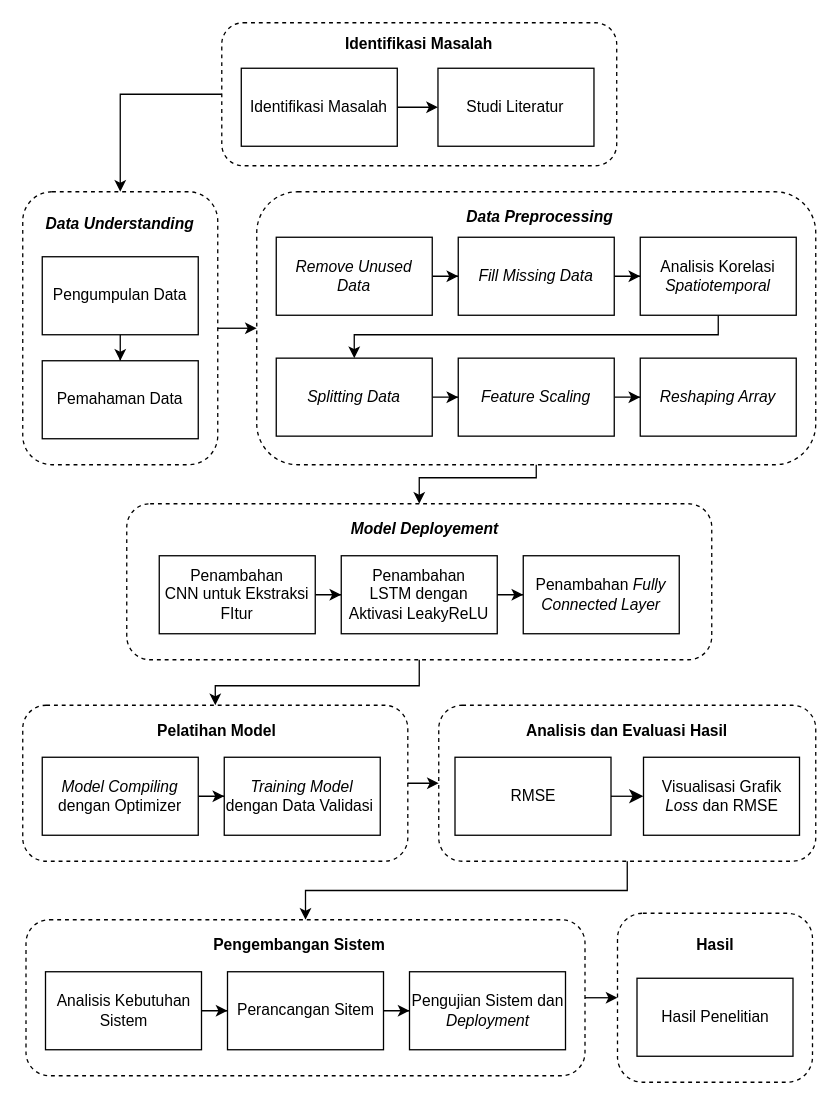
Earlier version of the draw.io diagram page "Page-1" (1 of 2) of tahapan penelitian.drawio (lullabymav/skrpsi). Source tidied: cells renumbered, new cells numbered last; positions are measured from the earlier drawing's top-left corner, leaving out a move shared by most shapes. Both pictures are drawn from the tidied source at 130%, with x=0, y=0 at pixel (22, 22).
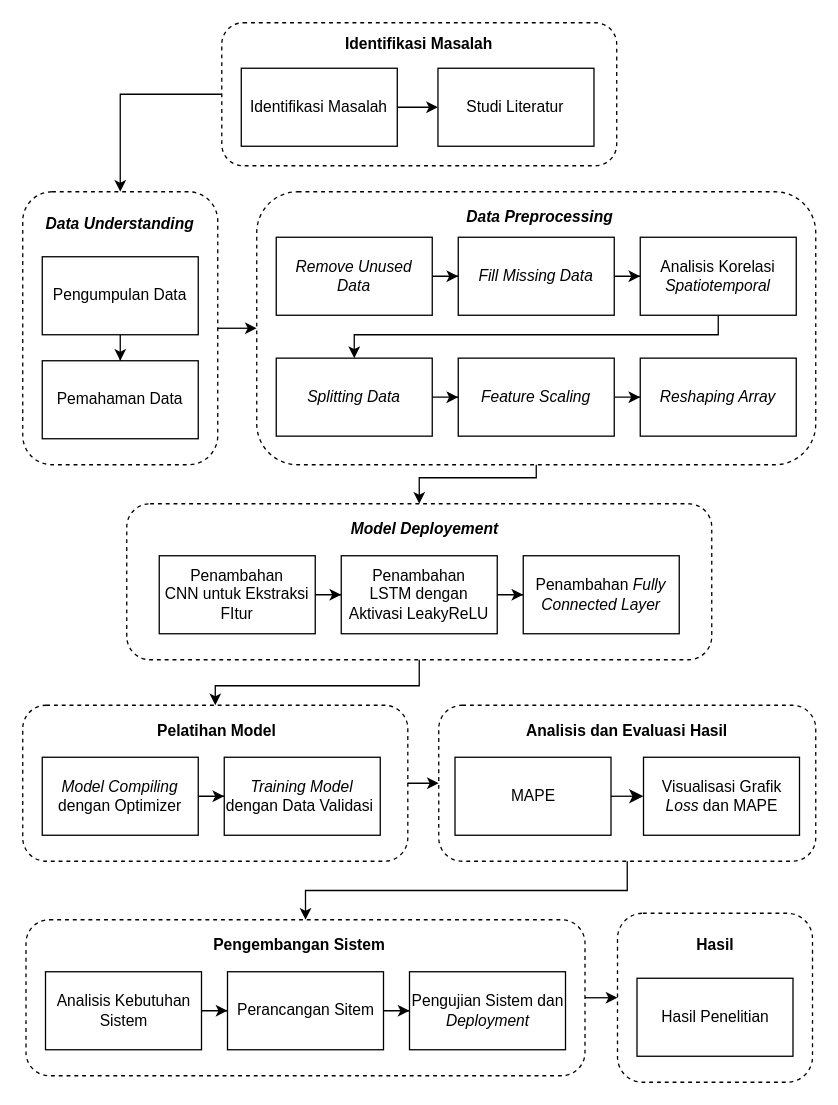
The same diagram, later.

Diff of the diagram source:
```diff
@@
-    <mxCell id="35" value="RMSE" style="rounded=0;whiteSpace=wrap;html=1;" parent="1" vertex="1">
+    <mxCell id="35" value="MAPE" style="rounded=0;whiteSpace=wrap;html=1;" parent="1" vertex="1">
       <mxGeometry x="332.5" y="565" width="120" height="60" as="geometry" />
     </mxCell>
@@
-    <mxCell id="55" value="Visualisasi Grafik &lt;i&gt;Loss&lt;/i&gt; dan RMSE" style="rounded=0;whiteSpace=wrap;html=1;" parent="1" vertex="1">
+    <mxCell id="55" value="Visualisasi Grafik &lt;i&gt;Loss&lt;/i&gt; dan MAPE" style="rounded=0;whiteSpace=wrap;html=1;" parent="1" vertex="1">
       <mxGeometry x="477.5" y="565" width="120" height="60" as="geometry" />
     </mxCell>
```
